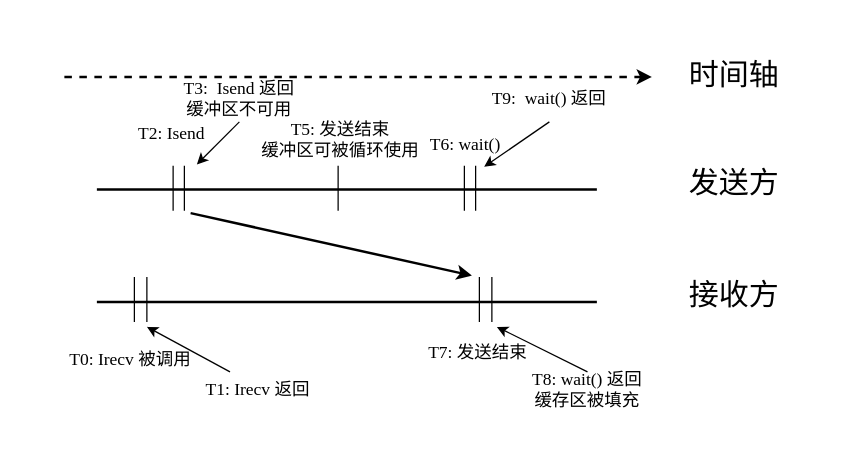
Earlier version of the draw.io diagram drawio/ch-mpi/non-blocking.drawio (godaai/scale-py-zh). Source tidied: cells renumbered, new cells numbered last; positions are measured from the earlier drawing's top-left corner, leaving out a move shared by most shapes. Both pictures are drawn from the tidied source at 125%, with x=0, y=0 at pixel (21, 26).
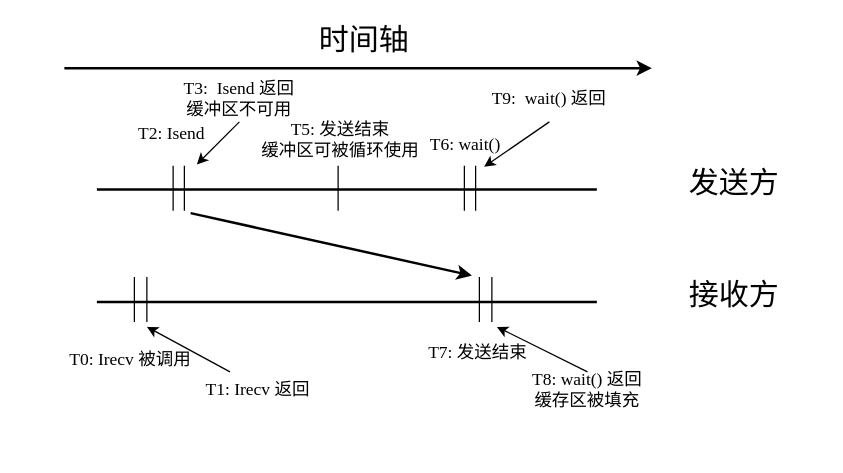
Above is the later version.

What changed in the source:
```diff
@@
-    <mxCell id="12" style="endArrow=classic;html=1;rounded=0;fontSize=14;dashed=1;strokeWidth=2;fontFamily=Times New Roman;" parent="1" edge="1">
+    <mxCell id="12" style="endArrow=classic;html=1;rounded=0;fontSize=14;strokeWidth=2;fontFamily=Times New Roman;" parent="1" edge="1">
       <mxGeometry relative="1" as="geometry">
-        <mxPoint x="34" y="40" as="sourcePoint" />
-        <mxPoint x="504" y="40" as="targetPoint" />
+        <mxPoint x="34" y="33" as="sourcePoint" />
+        <mxPoint x="504" y="33" as="targetPoint" />
       </mxGeometry>
     </mxCell>
     <mxCell id="13" value="时间轴" style="text;html=1;strokeColor=none;fillColor=none;align=center;verticalAlign=middle;whiteSpace=wrap;rounded=0;fontSize=24;fontFamily=Times New Roman;" parent="1" vertex="1">
-      <mxGeometry x="525" y="24" width="90" height="30" as="geometry" />
+      <mxGeometry x="229" y="-4" width="90" height="30" as="geometry" />
     </mxCell>
```
